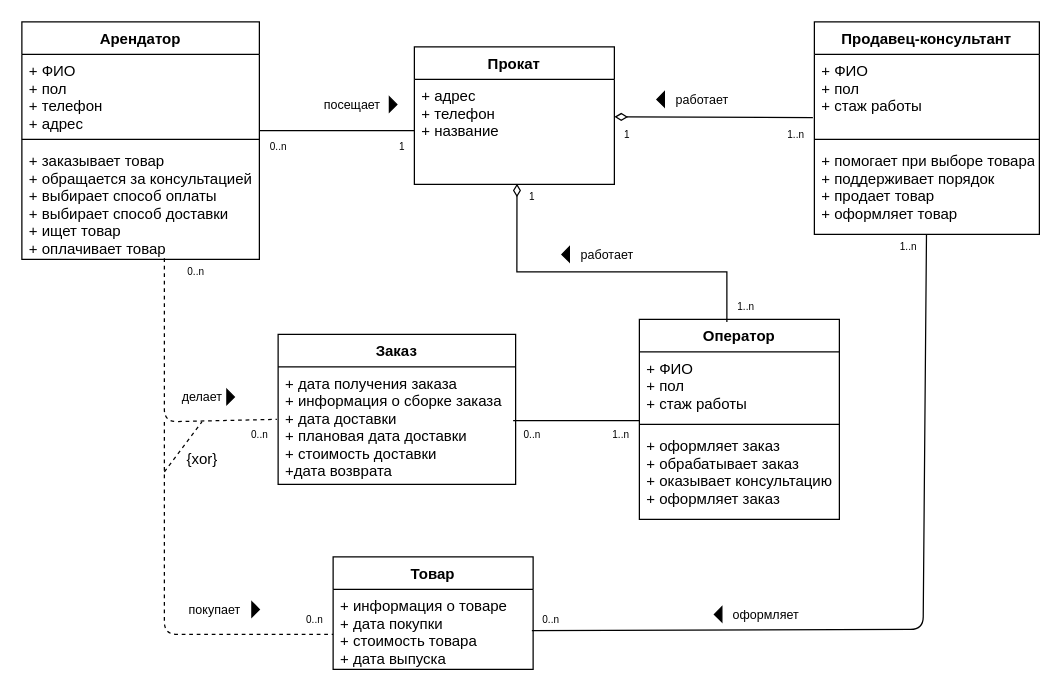
This is Lab3/3.drawio from BozrikovDanila/ModelingOfProcessesAndSystems, a draw.io file, before an edit. Source tidied: cells renumbered, new cells numbered last; positions are measured from the earlier drawing's top-left corner, leaving out a move shared by most shapes. Both pictures are drawn from the tidied source at 125%, with x=0, y=0 at pixel (21, 21).
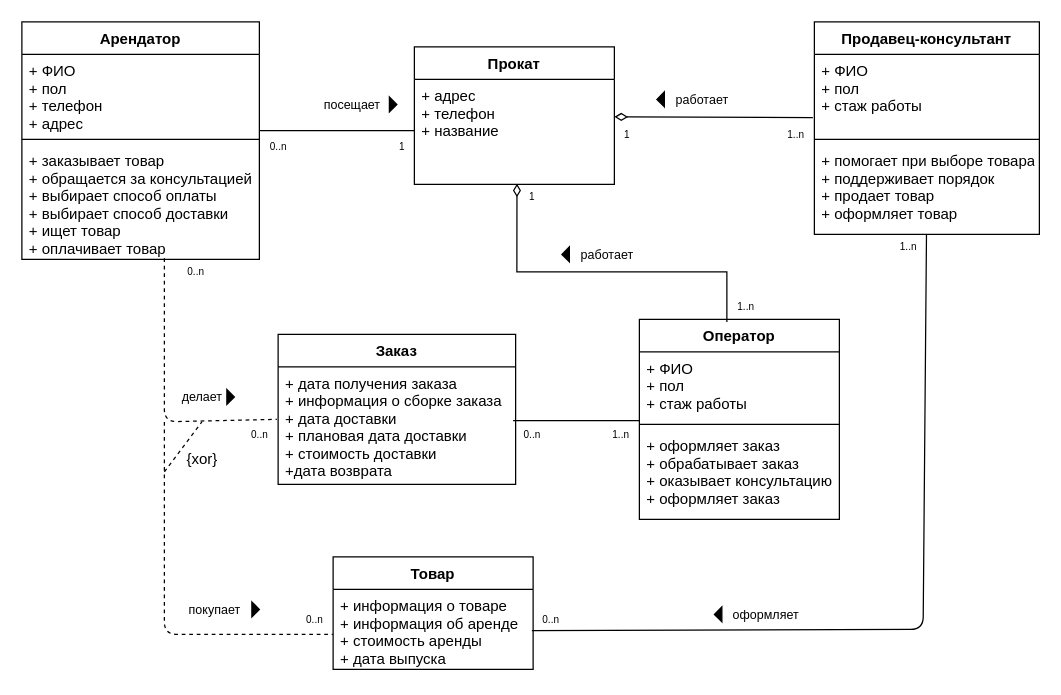
Above is the later version.

The change refers to these unchanged cells:
```xml
<mxCell id="33" value="Товар" style="swimlane;fontStyle=1;align=center;verticalAlign=top;horizontal=1;startSize=26;" parent="1" vertex="1">
  <mxGeometry x="249" y="428" width="160" height="90" as="geometry" />
</mxCell>
```

The edit, as a diff of the source:
```diff
@@
-    <mxCell id="34" value="+ информация о товаре&#10;+ дата покупки&#10;+ стоимость товара&#10;+ дата выпуска" style="text;strokeColor=none;fillColor=none;align=left;verticalAlign=top;spacingLeft=4;spacingRight=4;overflow=hidden;" parent="33" vertex="1">
+    <mxCell id="34" value="+ информация о товаре&#10;+ информация об аренде&#10;+ стоимость аренды&#10;+ дата выпуска" style="text;strokeColor=none;fillColor=none;align=left;verticalAlign=top;spacingLeft=4;spacingRight=4;overflow=hidden;" parent="33" vertex="1">
       <mxGeometry y="26" width="160" height="64" as="geometry" />
     </mxCell>
```
